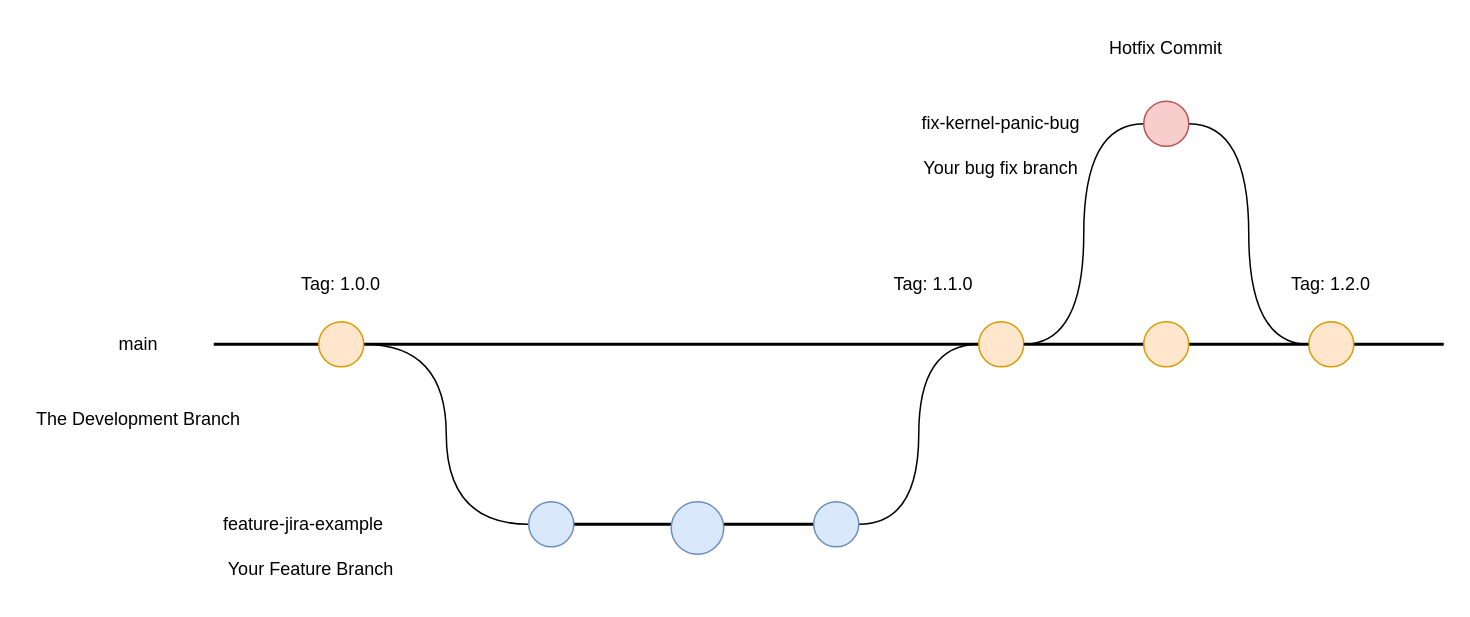
Above: Untitled Diagram.drawio in xuchen-tech/Books (draw.io), before the change. Source tidied: cells renumbered, new cells numbered last; positions are measured from the earlier drawing's top-left corner, leaving out a move shared by most shapes. Both pictures are drawn from the tidied source at 150%, with x=0, y=0 at pixel (26, 26).
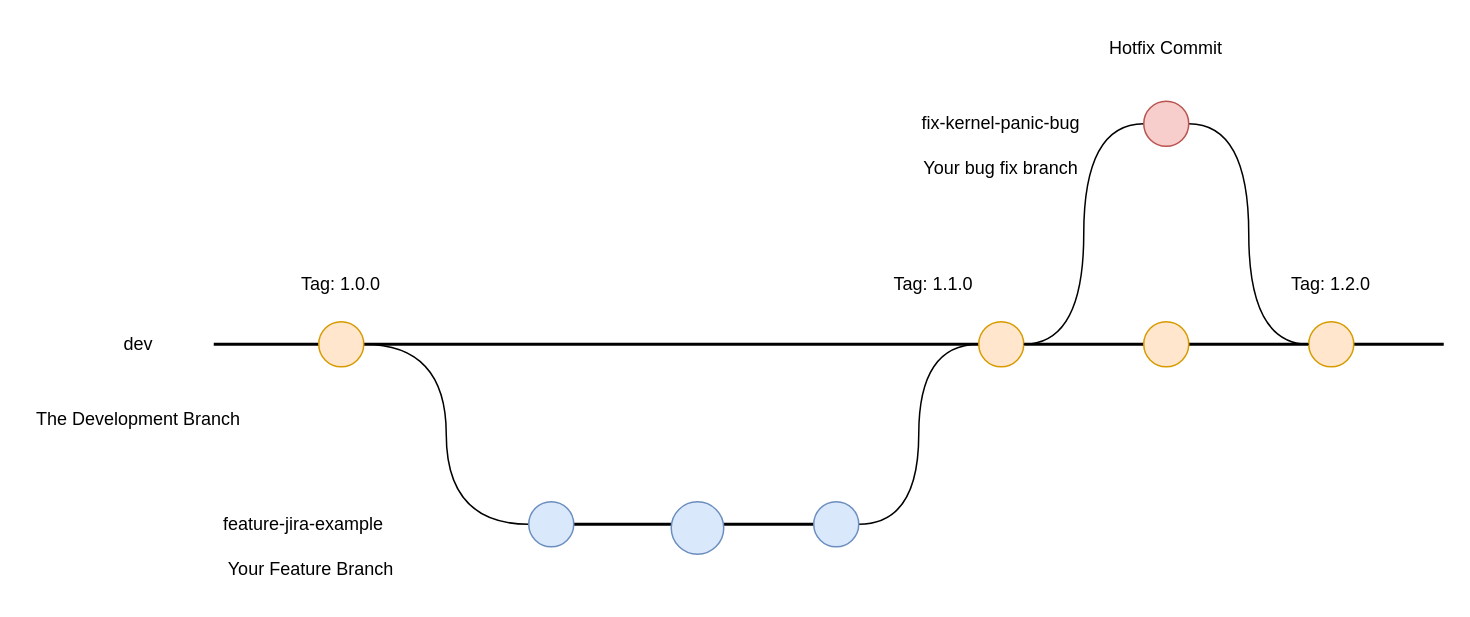
The same page after the edit.

Change to the diagram source:
```diff
@@
-    <mxCell id="4" value="main" style="text;html=1;strokeColor=none;fillColor=none;align=center;verticalAlign=middle;whiteSpace=wrap;rounded=0;" parent="1" vertex="1">
+    <mxCell id="4" value="dev" style="text;html=1;strokeColor=none;fillColor=none;align=center;verticalAlign=middle;whiteSpace=wrap;rounded=0;" parent="1" vertex="1">
       <mxGeometry x="45" y="197" width="60" height="30" as="geometry" />
     </mxCell>
```
